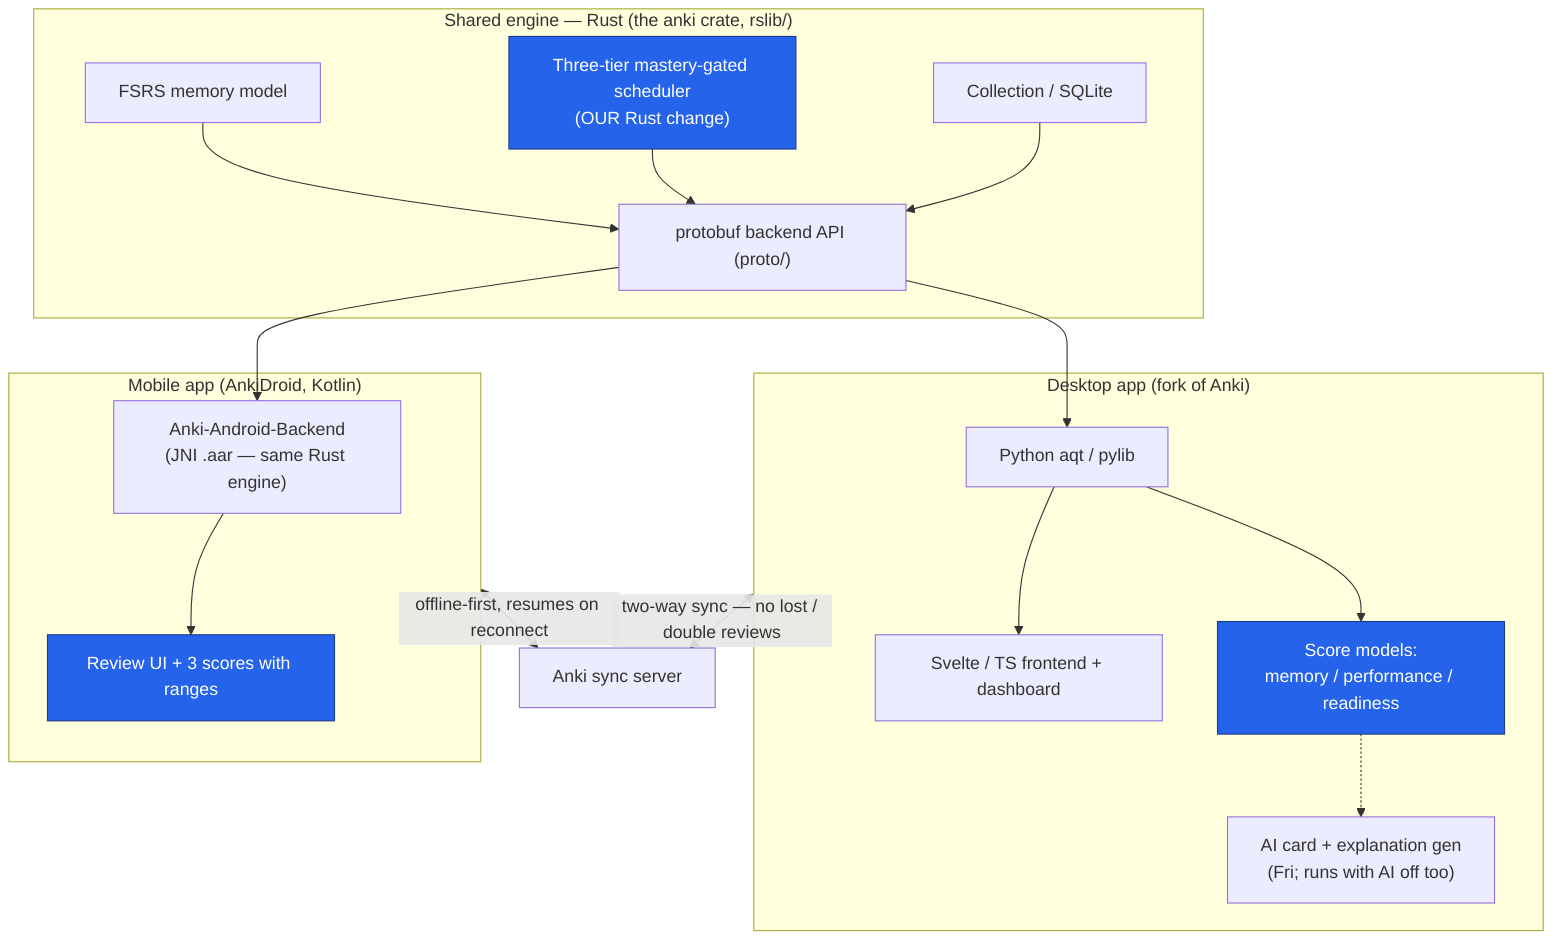
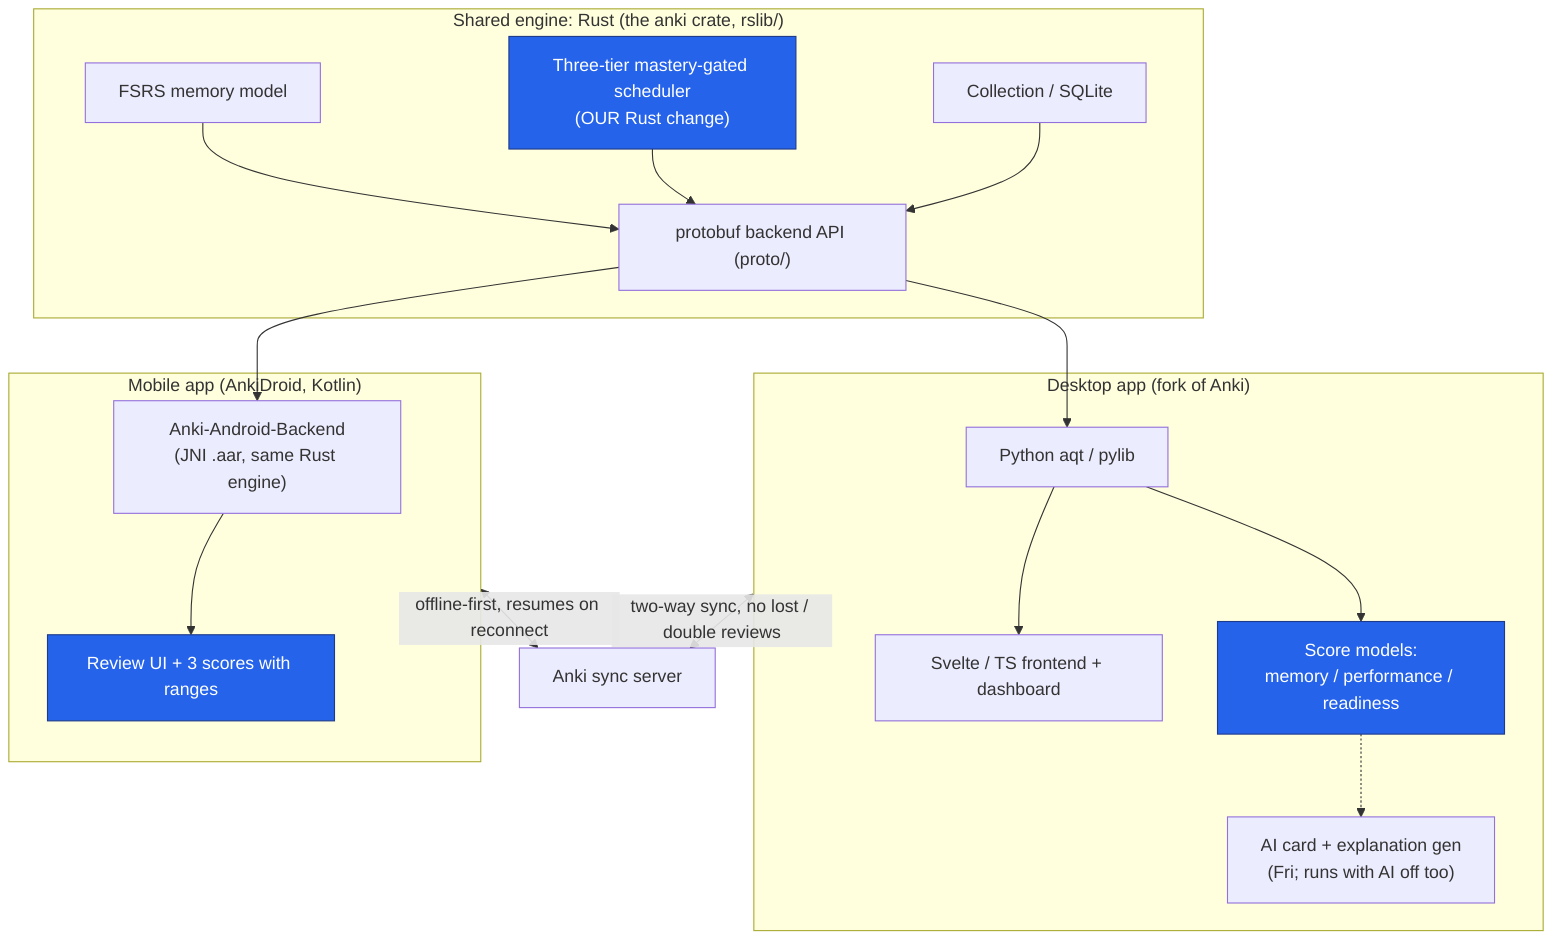
flowchart TB
-   subgraph Shared["Shared engine — Rust (the anki crate, rslib/)"]
+   subgraph Shared["Shared engine: Rust (the anki crate, rslib/)"]
    FSRS["FSRS memory model"]
    SCHED["Three-tier mastery-gated scheduler<br/>(OUR Rust change)"]
    COLL["Collection / SQLite"]
    PROTO["protobuf backend API (proto/)"]
    FSRS --> PROTO
    SCHED --> PROTO
    COLL --> PROTO
  end

  subgraph Desktop["Desktop app (fork of Anki)"]
    PY["Python aqt / pylib"]
    UI["Svelte / TS frontend + dashboard"]
    MODELS["Score models:<br/>memory / performance / readiness"]
    AI["AI card + explanation gen<br/>(Fri; runs with AI off too)"]
    PY --> UI
    PY --> MODELS
    MODELS -.-> AI
  end

  subgraph Mobile["Mobile app (AnkiDroid, Kotlin)"]
-     JNI["Anki-Android-Backend<br/>(JNI .aar — same Rust engine)"]
+     JNI["Anki-Android-Backend<br/>(JNI .aar, same Rust engine)"]
    MUI["Review UI + 3 scores with ranges"]
    JNI --> MUI
  end

  PROTO --> PY
  PROTO --> JNI
-   Desktop <-->|"two-way sync — no lost / double reviews"| SyncSrv["Anki sync server"]
+   Desktop <-->|"two-way sync, no lost / double reviews"| SyncSrv["Anki sync server"]
  Mobile <-->|"offline-first, resumes on reconnect"| SyncSrv

  classDef ours fill:#2563eb,stroke:#1e3a8a,color:#fff;
  class SCHED,MODELS,MUI ours;
